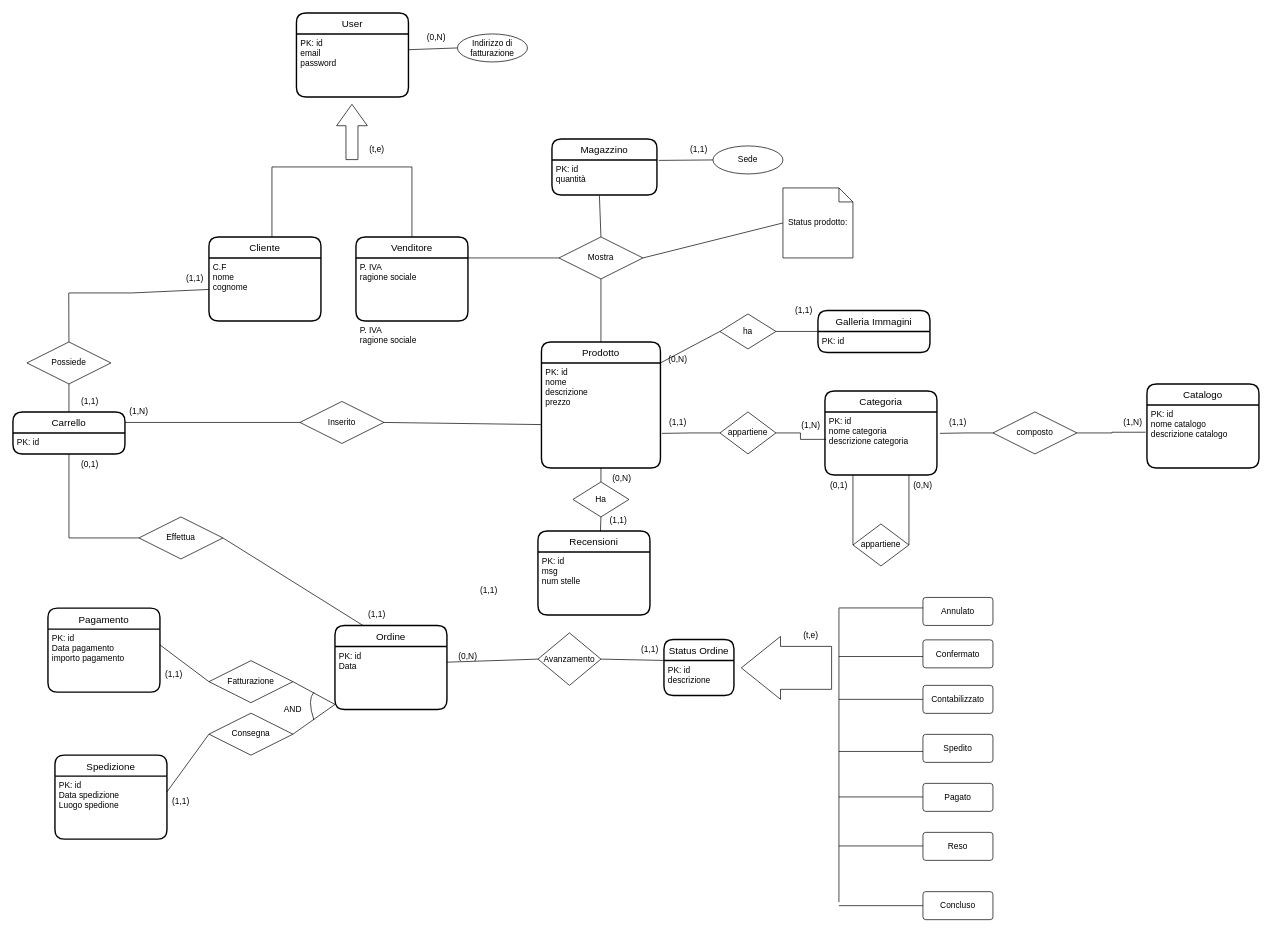
Earlier version of the draw.io diagram doc/er_v1.drawio (EndriDomiUni/E-commerce). Source tidied: cells renumbered, new cells numbered last; positions are measured from the earlier drawing's top-left corner, leaving out a move shared by most shapes. Both pictures are drawn from the tidied source at 70%, with x=0, y=0 at pixel (13, 13).
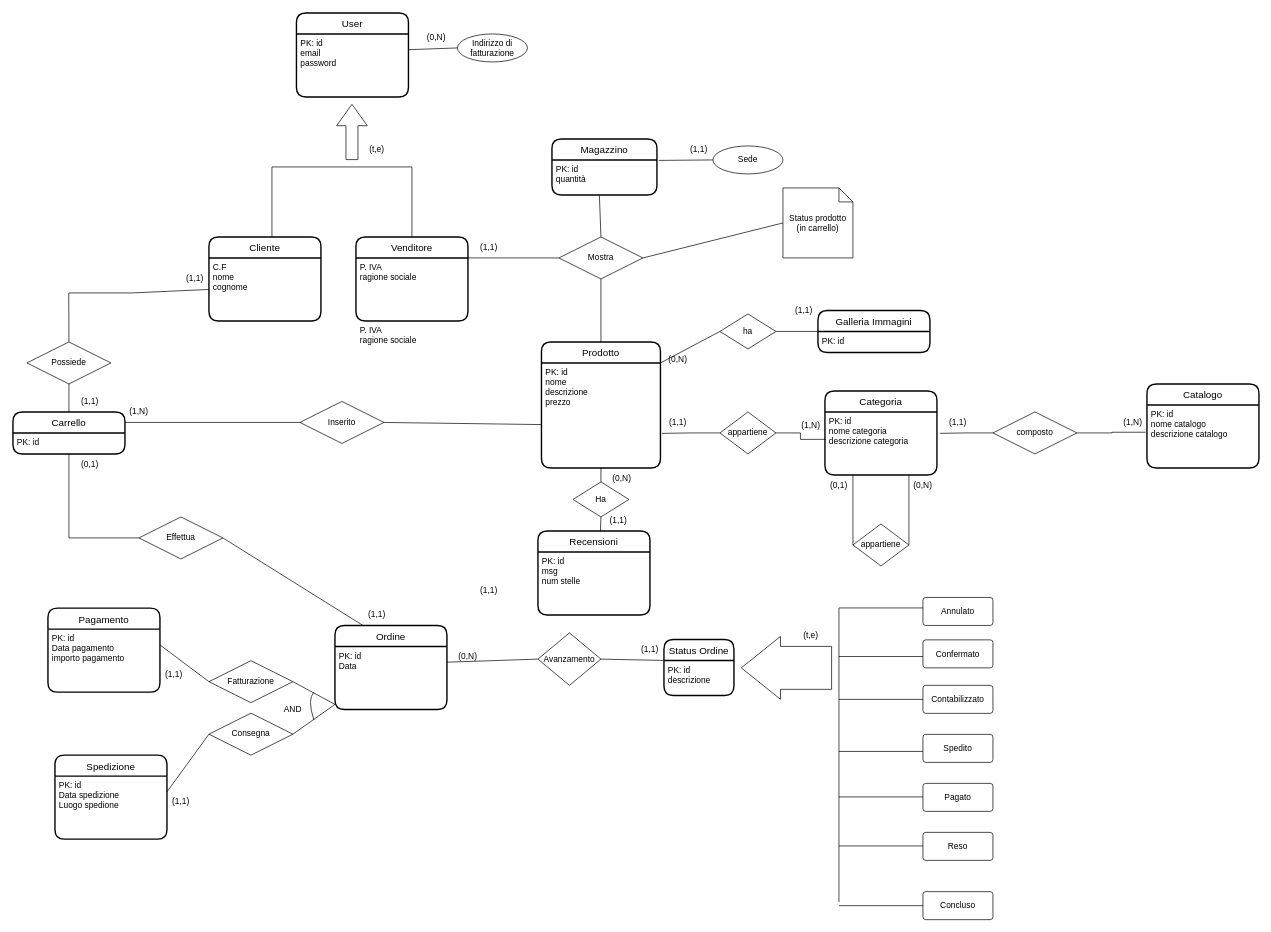
The same page after the edit.

The edit, as a diff of the source:
```diff
@@
-    <mxCell id="120" value="Status prodotto:&lt;br&gt;" style="shape=note;size=20;whiteSpace=wrap;html=1;" parent="1" vertex="1">
+    <mxCell id="120" value="Status prodotto (in carrello)" style="shape=note;size=20;whiteSpace=wrap;html=1;" parent="1" vertex="1">
       <mxGeometry x="1100" y="250" width="100" height="100" as="geometry" />
     </mxCell>
+    <mxCell id="121" value="(1,1)" style="text;html=1;strokeColor=none;fillColor=none;align=center;verticalAlign=middle;whiteSpace=wrap;rounded=0;" parent="1" vertex="1">
+      <mxGeometry x="650" y="320" width="60" height="30" as="geometry" />
+    </mxCell>
```
